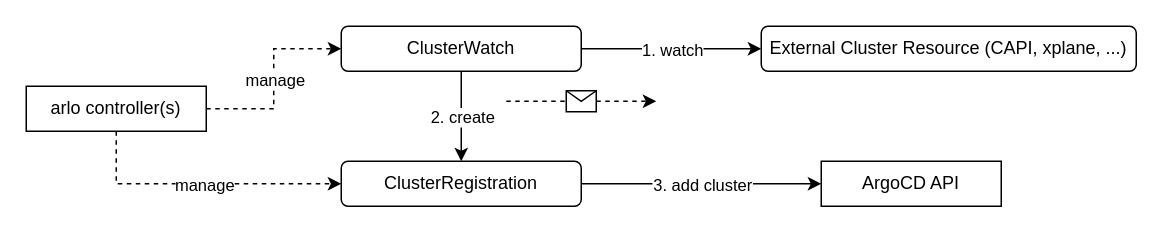
The draw.io diagram docs/architecture.drawio in arlonproj/arlon, before the edit. Source tidied: cells renumbered, new cells numbered last; positions are measured from the earlier drawing's top-left corner, leaving out a move shared by most shapes. Both pictures are drawn from the tidied source at 150%, with x=0, y=0 at pixel (26, 26).
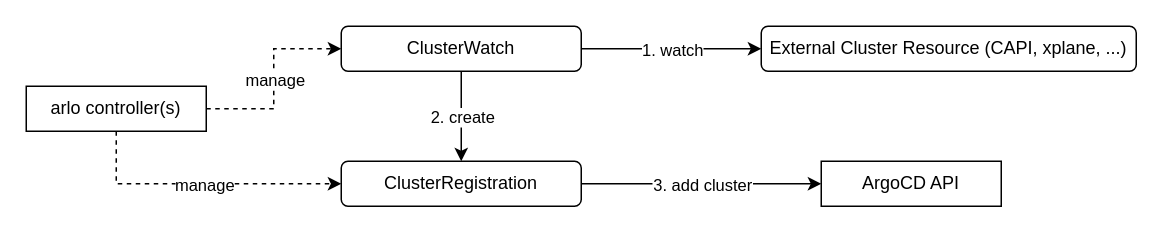
Above is the later version.

Commit message (it also covers changes not shown here):
fix a problem in the diagram

What changed in the source:
```diff
@@
-    <mxCell id="17" style="endArrow=classic;html=1;rounded=0;dashed=1;edgeStyle=orthogonalEdgeStyle;" parent="1" edge="1">
-      <mxGeometry relative="1" as="geometry">
-        <mxPoint x="320" y="50" as="sourcePoint" />
-        <mxPoint x="420" y="50" as="targetPoint" />
-      </mxGeometry>
-    </mxCell>
-    <mxCell id="18" style="shape=message;html=1;" parent="17" vertex="1">
-      <mxGeometry width="20" height="14" relative="1" as="geometry">
-        <mxPoint x="-10" y="-7" as="offset" />
-      </mxGeometry>
-    </mxCell>
```
